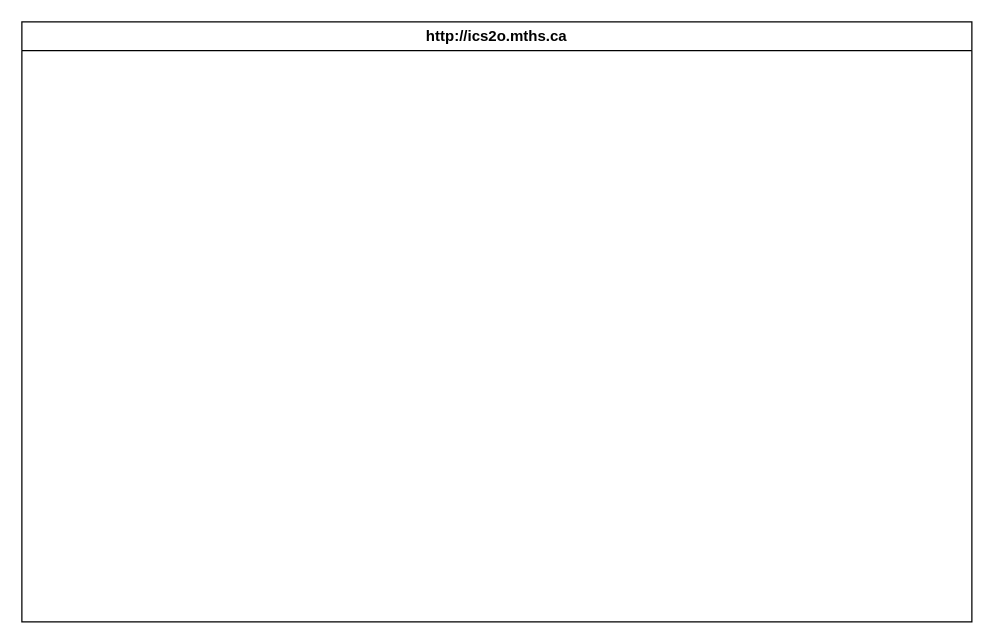
This is design/storyboard.drawio from hai-tran-2/ICD2O-Unit-6-01-extra-hai-tran-2, a draw.io file, before an edit. Source tidied: cells renumbered, new cells numbered last; positions are measured from the earlier drawing's top-left corner, leaving out a move shared by most shapes. Both pictures are drawn from the tidied source at 125%, with x=0, y=0 at pixel (21, 21).
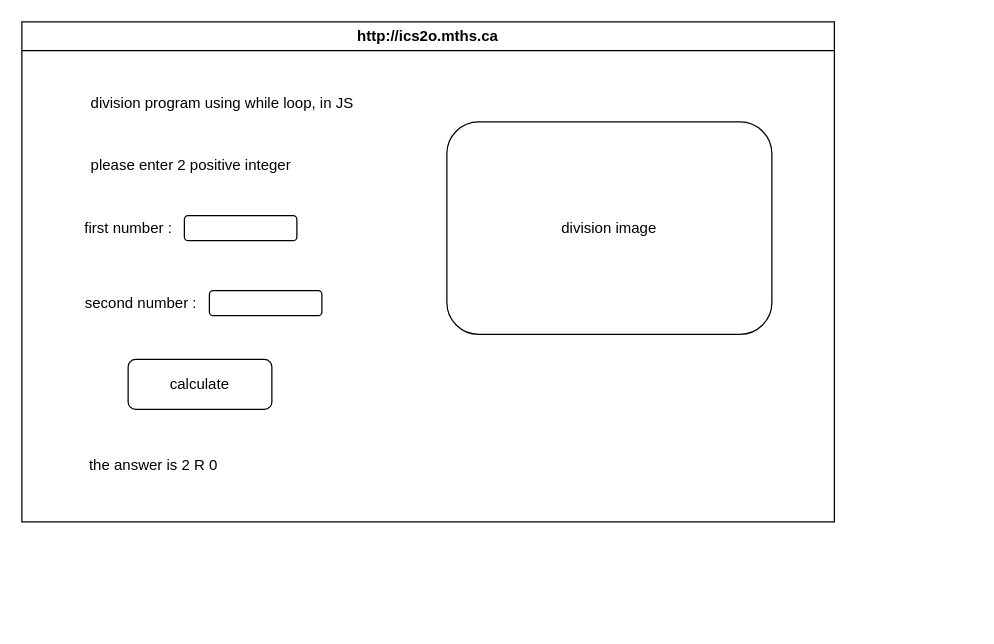
The same page after the edit.

Commit message (it also covers changes not shown here):
add webpage and storyboard

What changed in the source:
```diff
@@
 <mxGraphModel>
   <root>
     <mxCell id="0" />
     <mxCell id="1" parent="0" />
     <mxCell id="2" value="http://ics2o.mths.ca" style="swimlane;whiteSpace=wrap;html=1;" parent="1" vertex="1">
-      <mxGeometry width="760" height="480" as="geometry" />
+      <mxGeometry width="650" height="400" as="geometry" />
     </mxCell>
+    <mxCell id="3" value="division program using while loop, in JS" style="text;html=1;align=center;verticalAlign=middle;strokeColor=none;fillColor=none;" parent="2" vertex="1">
+      <mxGeometry x="40" y="50" width="240" height="30" as="geometry" />
+    </mxCell>
+    <mxCell id="4" value="please enter 2 positive integer" style="text;html=1;align=center;verticalAlign=middle;strokeColor=none;fillColor=none;" parent="2" vertex="1">
+      <mxGeometry x="40" y="100" width="190" height="30" as="geometry" />
+    </mxCell>
+    <mxCell id="5" value="first number :" style="text;html=1;align=center;verticalAlign=middle;strokeColor=none;fillColor=none;" parent="2" vertex="1">
+      <mxGeometry x="40" y="150" width="90" height="30" as="geometry" />
+    </mxCell>
+    <mxCell id="6" value="second number :" style="text;html=1;align=center;verticalAlign=middle;strokeColor=none;fillColor=none;" parent="2" vertex="1">
+      <mxGeometry x="40" y="210" width="110" height="30" as="geometry" />
+    </mxCell>
+    <mxCell id="7" style="rounded=1;whiteSpace=wrap;html=1;" parent="2" vertex="1">
+      <mxGeometry x="130" y="155" width="90" height="20" as="geometry" />
+    </mxCell>
+    <mxCell id="8" style="rounded=1;whiteSpace=wrap;html=1;" parent="2" vertex="1">
+      <mxGeometry x="150" y="215" width="90" height="20" as="geometry" />
+    </mxCell>
+    <mxCell id="9" value="calculate" style="rounded=1;whiteSpace=wrap;html=1;" parent="2" vertex="1">
+      <mxGeometry x="85" y="270" width="115" height="40" as="geometry" />
+    </mxCell>
+    <mxCell id="10" value="the answer is 2 R 0" style="text;html=1;align=center;verticalAlign=middle;strokeColor=none;fillColor=none;" parent="2" vertex="1">
+      <mxGeometry x="40" y="340" width="130" height="30" as="geometry" />
+    </mxCell>
+    <mxCell id="11" value="division image" style="rounded=1;whiteSpace=wrap;html=1;" parent="2" vertex="1">
+      <mxGeometry x="340" y="80" width="260" height="170" as="geometry" />
+    </mxCell>
   </root>
 </mxGraphModel>
```
